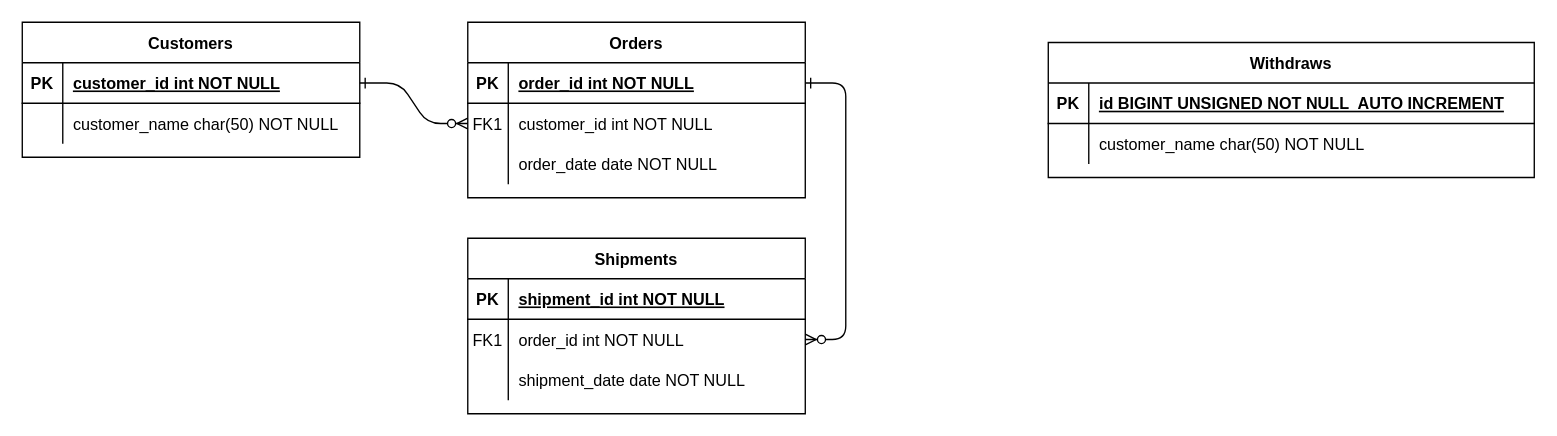
This is Diagrama sin título.drawio from 5arSanti/Curso-de-PHP-Bases-de-Datos, a draw.io file, before an edit. Source tidied: cells renumbered, new cells numbered last; positions are measured from the earlier drawing's top-left corner, leaving out a move shared by most shapes. Both pictures are drawn from the tidied source at 135%, with x=0, y=0 at pixel (22, 22).
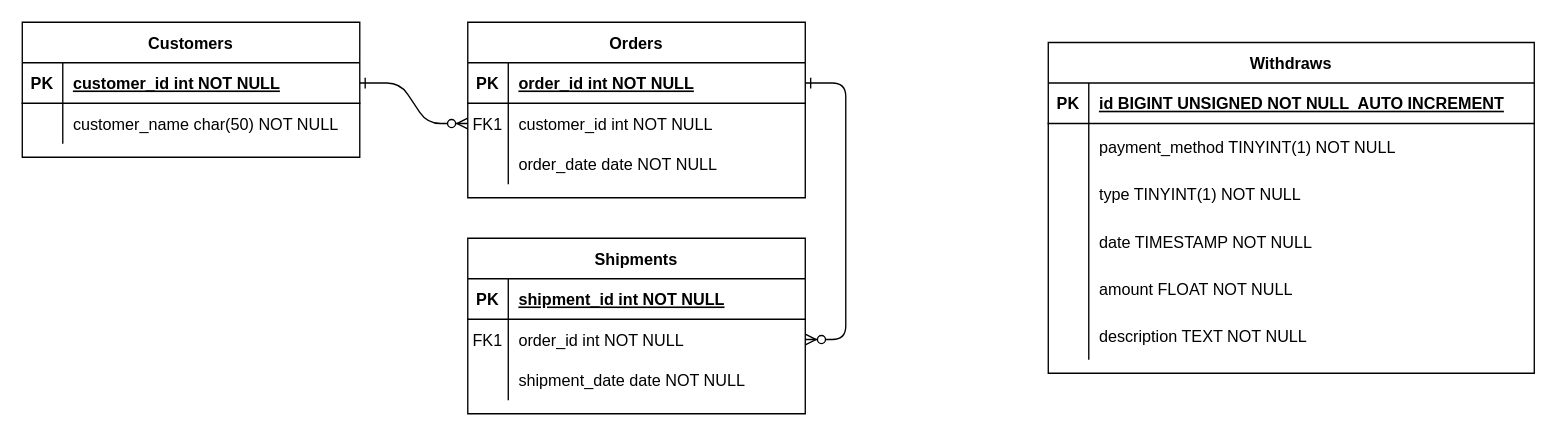
The same diagram, later.

Change to the diagram source:
```diff
@@
     <mxCell id="31" value="Withdraws" style="shape=table;startSize=30;childLayout=tableLayout;rowLines=0;fontStyle=1;align=center;" parent="1" vertex="1">
-      <mxGeometry x="760" y="15" width="360" height="100" as="geometry" />
+      <mxGeometry x="760" y="15" width="360" height="245" as="geometry" />
     </mxCell>
@@
     <mxCell id="35" style="shape=partialRectangle;fillColor=none;top=0;left=0;right=0;bottom=0;" parent="31" vertex="1">
-      <mxGeometry y="60" width="360" height="30" as="geometry" />
+      <mxGeometry y="60" width="360" height="35" as="geometry" />
     </mxCell>
     <mxCell id="36" style="shape=partialRectangle;overflow=hidden;fillColor=none;top=0;left=0;bottom=0;right=0;" parent="35" vertex="1">
-      <mxGeometry width="30" height="30" as="geometry" />
+      <mxGeometry width="30" height="35" as="geometry" />
     </mxCell>
-    <mxCell id="37" value="customer_name char(50) NOT NULL" style="shape=partialRectangle;overflow=hidden;fillColor=none;top=0;left=0;bottom=0;right=0;align=left;spacingLeft=6;" parent="35" vertex="1">
-      <mxGeometry x="30" width="330" height="30" as="geometry" />
+    <mxCell id="37" value="payment_method TINYINT(1) NOT NULL" style="shape=partialRectangle;overflow=hidden;fillColor=none;top=0;left=0;bottom=0;right=0;align=left;spacingLeft=6;" parent="35" vertex="1">
+      <mxGeometry x="30" width="330" height="35" as="geometry" />
     </mxCell>
+    <mxCell id="38" style="shape=partialRectangle;fillColor=none;top=0;left=0;right=0;bottom=0;" parent="31" vertex="1">
+      <mxGeometry y="95" width="360" height="35" as="geometry" />
+    </mxCell>
+    <mxCell id="39" style="shape=partialRectangle;overflow=hidden;fillColor=none;top=0;left=0;bottom=0;right=0;" parent="38" vertex="1">
+      <mxGeometry width="30" height="35" as="geometry" />
+    </mxCell>
+    <mxCell id="40" value="type TINYINT(1) NOT NULL" style="shape=partialRectangle;overflow=hidden;fillColor=none;top=0;left=0;bottom=0;right=0;align=left;spacingLeft=6;" parent="38" vertex="1">
+      <mxGeometry x="30" width="330" height="35" as="geometry" />
+    </mxCell>
+    <mxCell id="41" style="shape=partialRectangle;fillColor=none;top=0;left=0;right=0;bottom=0;" parent="31" vertex="1">
+      <mxGeometry y="130" width="360" height="35" as="geometry" />
+    </mxCell>
+    <mxCell id="42" style="shape=partialRectangle;overflow=hidden;fillColor=none;top=0;left=0;bottom=0;right=0;" parent="41" vertex="1">
+      <mxGeometry width="30" height="35" as="geometry" />
+    </mxCell>
+    <mxCell id="43" value="date TIMESTAMP NOT NULL" style="shape=partialRectangle;overflow=hidden;fillColor=none;top=0;left=0;bottom=0;right=0;align=left;spacingLeft=6;" parent="41" vertex="1">
+      <mxGeometry x="30" width="330" height="35" as="geometry" />
+    </mxCell>
+    <mxCell id="44" style="shape=partialRectangle;fillColor=none;top=0;left=0;right=0;bottom=0;" parent="31" vertex="1">
+      <mxGeometry y="165" width="360" height="35" as="geometry" />
+    </mxCell>
+    <mxCell id="45" style="shape=partialRectangle;overflow=hidden;fillColor=none;top=0;left=0;bottom=0;right=0;" parent="44" vertex="1">
+      <mxGeometry width="30" height="35" as="geometry" />
+    </mxCell>
+    <mxCell id="46" value="amount FLOAT NOT NULL" style="shape=partialRectangle;overflow=hidden;fillColor=none;top=0;left=0;bottom=0;right=0;align=left;spacingLeft=6;" parent="44" vertex="1">
+      <mxGeometry x="30" width="330" height="35" as="geometry" />
+    </mxCell>
+    <mxCell id="47" style="shape=partialRectangle;fillColor=none;top=0;left=0;right=0;bottom=0;" parent="31" vertex="1">
+      <mxGeometry y="200" width="360" height="35" as="geometry" />
+    </mxCell>
+    <mxCell id="48" style="shape=partialRectangle;overflow=hidden;fillColor=none;top=0;left=0;bottom=0;right=0;" parent="47" vertex="1">
+      <mxGeometry width="30" height="35" as="geometry" />
+    </mxCell>
+    <mxCell id="49" value="description TEXT NOT NULL" style="shape=partialRectangle;overflow=hidden;fillColor=none;top=0;left=0;bottom=0;right=0;align=left;spacingLeft=6;" parent="47" vertex="1">
+      <mxGeometry x="30" width="330" height="35" as="geometry" />
+    </mxCell>
```
